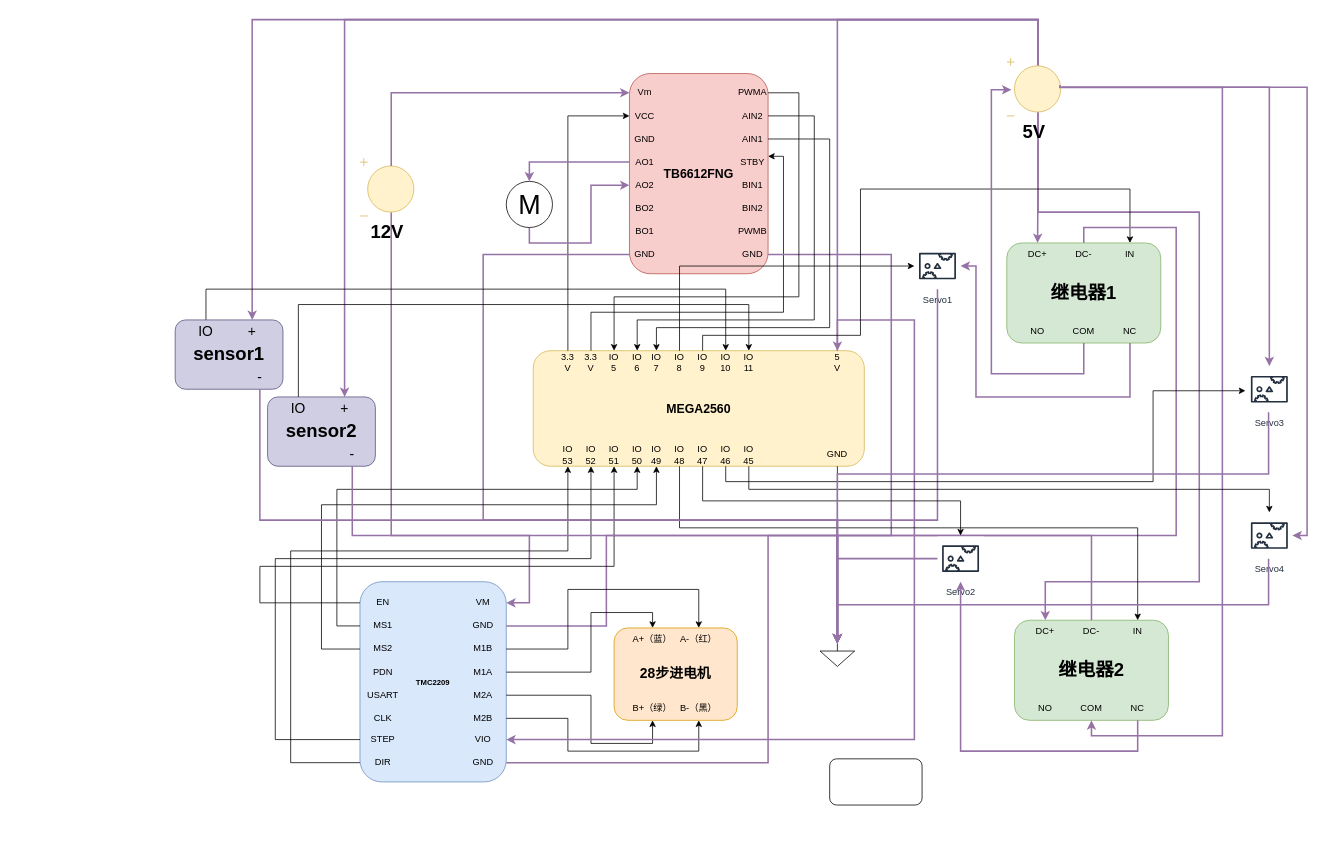
Above: 电路图出纸.drawio in xinlanzi/Induisal-design (draw.io), before the change. Source tidied: cells renumbered, new cells numbered last; positions are measured from the earlier drawing's top-left corner, leaving out a move shared by most shapes. Both pictures are drawn from the tidied source at 77%, with x=0, y=0 at pixel (175, 19).
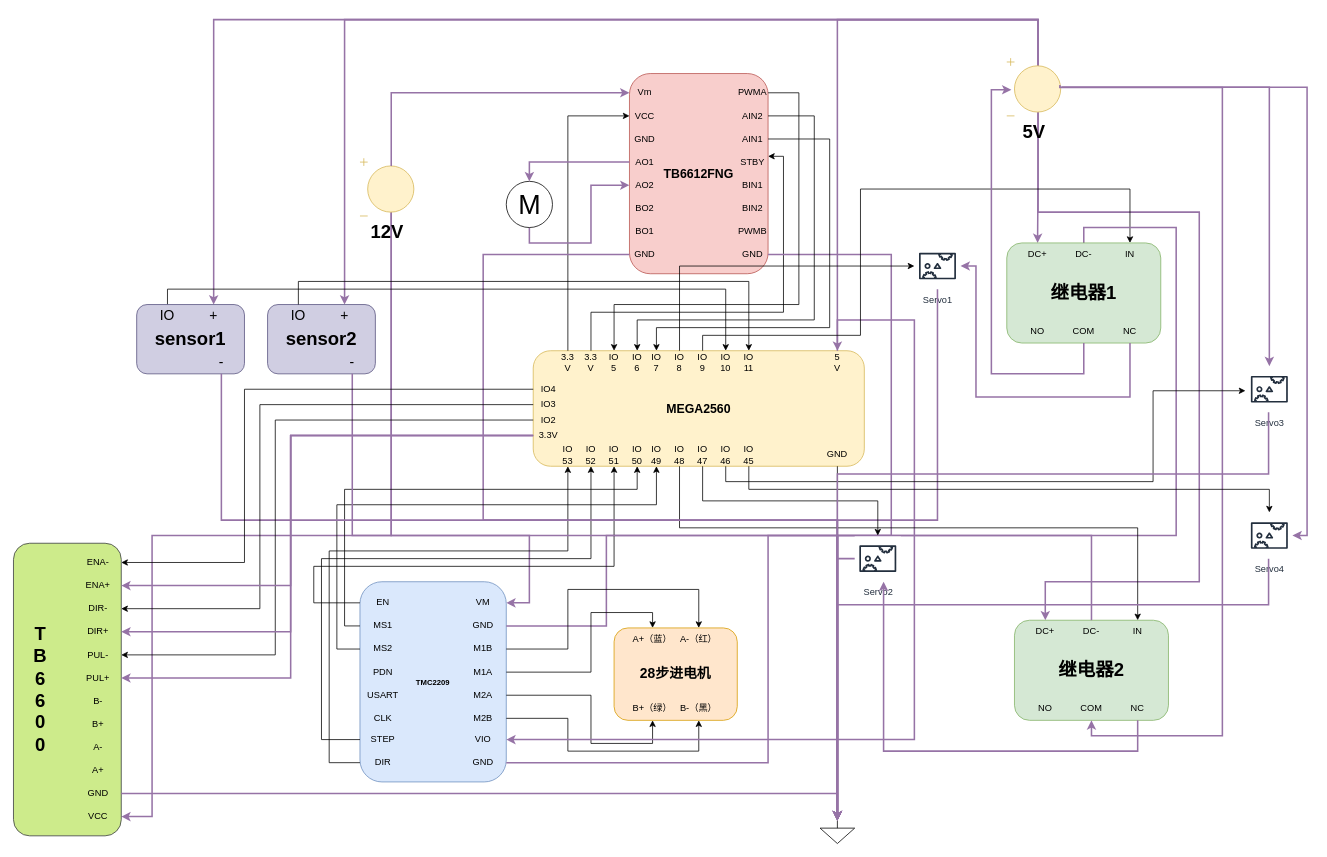
After the change.

Commit message:
更新电路图出纸.drawio

The change refers to these unchanged cells:
```xml
<mxCell id="3" value="&lt;font style=&quot;font-size: 24px;&quot;&gt;&lt;b&gt;12V&lt;/b&gt;&lt;/font&gt;" style="verticalLabelPosition=bottom;shadow=0;dashed=0;align=center;html=1;verticalAlign=top;shape=mxgraph.electrical.signal_sources.dc_source_1;fillColor=#fff2cc;strokeColor=#d6b656;rotation=0;" parent="1" vertex="1">
  <mxGeometry x="240" y="180" width="70" height="75" as="geometry" />
</mxCell>
<mxCell id="15" value="PWMA" style="text;html=1;whiteSpace=wrap;strokeColor=none;fillColor=none;align=center;verticalAlign=middle;rounded=0;" parent="5" vertex="1">
  <mxGeometry x="140" y="10" width="40" height="30" as="geometry" />
</mxCell>
<mxCell id="23" style="group;" parent="1" vertex="1">
  <mxGeometry x="465" y="430" width="430" height="150" as="geometry" />
</mxCell>
<mxCell id="27" value="IO&lt;div&gt;5&lt;/div&gt;" style="text;html=1;whiteSpace=wrap;strokeColor=none;fillColor=none;align=center;verticalAlign=middle;rounded=0;" parent="23" vertex="1">
  <mxGeometry x="90" width="30" height="30" as="geometry" />
</mxCell>
<mxCell id="33" value="IO&lt;div&gt;53&lt;/div&gt;" style="text;html=1;whiteSpace=wrap;strokeColor=none;fillColor=none;align=center;verticalAlign=middle;rounded=0;" parent="23" vertex="1">
  <mxGeometry x="30" y="120" width="30" height="30" as="geometry" />
</mxCell>
<mxCell id="34" value="IO&lt;div&gt;52&lt;/div&gt;" style="text;html=1;whiteSpace=wrap;strokeColor=none;fillColor=none;align=center;verticalAlign=middle;rounded=0;" parent="23" vertex="1">
  <mxGeometry x="60" y="120" width="30" height="30" as="geometry" />
</mxCell>
<mxCell id="35" value="IO&lt;div&gt;51&lt;/div&gt;" style="text;html=1;whiteSpace=wrap;strokeColor=none;fillColor=none;align=center;verticalAlign=middle;rounded=0;" parent="23" vertex="1">
  <mxGeometry x="90" y="120" width="30" height="30" as="geometry" />
</mxCell>
<mxCell id="36" value="IO&lt;div&gt;50&lt;/div&gt;" style="text;html=1;whiteSpace=wrap;strokeColor=none;fillColor=none;align=center;verticalAlign=middle;rounded=0;" parent="23" vertex="1">
  <mxGeometry x="120" y="120" width="30" height="30" as="geometry" />
</mxCell>
<mxCell id="37" value="IO&lt;div&gt;49&lt;/div&gt;" style="text;html=1;whiteSpace=wrap;strokeColor=none;fillColor=none;align=center;verticalAlign=middle;rounded=0;" parent="23" vertex="1">
  <mxGeometry x="145" y="120" width="30" height="30" as="geometry" />
</mxCell>
<mxCell id="43" value="IO&lt;div&gt;10&lt;/div&gt;" style="text;html=1;whiteSpace=wrap;strokeColor=none;fillColor=none;align=center;verticalAlign=middle;rounded=0;" parent="23" vertex="1">
  <mxGeometry x="235" width="30" height="30" as="geometry" />
</mxCell>
<mxCell id="44" value="IO&lt;div&gt;11&lt;/div&gt;" style="text;html=1;whiteSpace=wrap;strokeColor=none;fillColor=none;align=center;verticalAlign=middle;rounded=0;" parent="23" vertex="1">
  <mxGeometry x="265" width="30" height="30" as="geometry" />
</mxCell>
<mxCell id="61" value="EN" style="text;html=1;whiteSpace=wrap;strokeColor=none;fillColor=none;align=center;verticalAlign=middle;rounded=0;" parent="59" vertex="1">
  <mxGeometry y="12.4" width="60" height="30" as="geometry" />
</mxCell>
<mxCell id="62" value="MS1" style="text;html=1;whiteSpace=wrap;strokeColor=none;fillColor=none;align=center;verticalAlign=middle;rounded=0;" parent="59" vertex="1">
  <mxGeometry y="42.4" width="60" height="30" as="geometry" />
</mxCell>
<mxCell id="63" value="MS2" style="text;html=1;whiteSpace=wrap;strokeColor=none;fillColor=none;align=center;verticalAlign=middle;rounded=0;" parent="59" vertex="1">
  <mxGeometry y="72.4" width="60" height="30" as="geometry" />
</mxCell>
<mxCell id="67" value="STEP" style="text;html=1;whiteSpace=wrap;strokeColor=none;fillColor=none;align=center;verticalAlign=middle;rounded=0;" parent="59" vertex="1">
  <mxGeometry y="190" width="60" height="30" as="geometry" />
</mxCell>
<mxCell id="68" value="DIR" style="text;html=1;whiteSpace=wrap;strokeColor=none;fillColor=none;align=center;verticalAlign=middle;rounded=0;" parent="59" vertex="1">
  <mxGeometry y="220" width="60" height="30" as="geometry" />
</mxCell>
<mxCell id="99" value="&lt;font style=&quot;font-size: 24px;&quot;&gt;&lt;b&gt;5V&lt;/b&gt;&lt;/font&gt;" style="verticalLabelPosition=bottom;shadow=0;dashed=0;align=center;html=1;verticalAlign=top;shape=mxgraph.electrical.signal_sources.dc_source_1;fillColor=#fff2cc;strokeColor=#d6b656;rotation=0;" parent="1" vertex="1">
  <mxGeometry x="1080" y="50" width="70" height="75" as="geometry" />
</mxCell>
<mxCell id="123" value="NC" style="text;html=1;whiteSpace=wrap;strokeColor=none;fillColor=none;align=center;verticalAlign=middle;rounded=0;" parent="116" vertex="1">
  <mxGeometry x="130" y="100" width="60" height="30" as="geometry" />
</mxCell>
<mxCell id="141" value="&lt;span style=&quot;font-size: 18px;&quot;&gt;IO&lt;/span&gt;" style="text;html=1;whiteSpace=wrap;strokeColor=none;fillColor=none;align=center;verticalAlign=middle;rounded=0;" parent="137" vertex="1">
  <mxGeometry x="10" width="60" height="30" as="geometry" />
</mxCell>
<mxCell id="145" value="&lt;font style=&quot;font-size: 18px;&quot;&gt;+&lt;/font&gt;" style="text;html=1;whiteSpace=wrap;strokeColor=none;fillColor=none;align=center;verticalAlign=middle;rounded=0;" parent="143" vertex="1">
  <mxGeometry x="70" width="60" height="30" as="geometry" />
</mxCell>
<mxCell id="146" value="&lt;font style=&quot;font-size: 18px;&quot;&gt;-&lt;/font&gt;" style="text;html=1;whiteSpace=wrap;strokeColor=none;fillColor=none;align=center;verticalAlign=middle;rounded=0;" parent="143" vertex="1">
  <mxGeometry x="80" y="60" width="60" height="30" as="geometry" />
</mxCell>
<mxCell id="147" value="&lt;span style=&quot;font-size: 18px;&quot;&gt;IO&lt;/span&gt;" style="text;html=1;whiteSpace=wrap;strokeColor=none;fillColor=none;align=center;verticalAlign=middle;rounded=0;" parent="143" vertex="1">
  <mxGeometry x="10" width="60" height="30" as="geometry" />
</mxCell>
```

What changed in the source:
```diff
@@
+    <mxCell id="152" style="edgeStyle=orthogonalEdgeStyle;rounded=0;jettySize=auto;html=1;exitX=0.58;exitY=0.135;exitDx=0;exitDy=0;exitPerimeter=0;entryX=1;entryY=0.5;entryDx=0;entryDy=0;fillColor=#e1d5e7;strokeColor=#9673a6;strokeWidth=2;" parent="1" edge="1" source="3" target="171">
+      <mxGeometry relative="1" as="geometry">
+        <Array as="points">
+          <mxPoint x="281" y="670" />
+          <mxPoint x="-30" y="670" />
+          <mxPoint x="-30" y="1035" />
+        </Array>
+      </mxGeometry>
+    </mxCell>
@@
+    <mxCell id="153" value="3.3&lt;span style=&quot;background-color: transparent; color: light-dark(rgb(0, 0, 0), rgb(255, 255, 255));&quot;&gt;V&lt;/span&gt;" style="text;html=1;whiteSpace=wrap;strokeColor=none;fillColor=none;align=center;verticalAlign=middle;rounded=0;" parent="23" vertex="1">
+      <mxGeometry y="100" width="40" height="20" as="geometry" />
+    </mxCell>
+    <mxCell id="154" value="IO2" style="text;html=1;whiteSpace=wrap;strokeColor=none;fillColor=none;align=center;verticalAlign=middle;rounded=0;" parent="23" vertex="1">
+      <mxGeometry y="80" width="40" height="20" as="geometry" />
+    </mxCell>
+    <mxCell id="155" value="IO3" style="text;html=1;whiteSpace=wrap;strokeColor=none;fillColor=none;align=center;verticalAlign=middle;rounded=0;" parent="23" vertex="1">
+      <mxGeometry y="60" width="40" height="20" as="geometry" />
+    </mxCell>
+    <mxCell id="156" value="IO4" style="text;html=1;whiteSpace=wrap;strokeColor=none;fillColor=none;align=center;verticalAlign=middle;rounded=0;" parent="23" vertex="1">
+      <mxGeometry y="40" width="40" height="20" as="geometry" />
+    </mxCell>
@@
     <mxCell id="51" style="verticalLabelPosition=bottom;shadow=0;dashed=0;align=center;html=1;verticalAlign=top;shape=mxgraph.electrical.signal_sources.signal_ground;" parent="1" vertex="1">
-      <mxGeometry x="837.5" y="810" width="45" height="30" as="geometry" />
+      <mxGeometry x="837.5" y="1040" width="45" height="30" as="geometry" />
     </mxCell>
@@
     <mxCell id="55" style="edgeStyle=orthogonalEdgeStyle;rounded=0;jettySize=auto;html=1;exitX=1;exitY=0.5;exitDx=0;exitDy=0;entryX=0.5;entryY=0;entryDx=0;entryDy=0;" parent="1" edge="1" source="15" target="27">
       <mxGeometry relative="1" as="geometry">
         <Array as="points">
           <mxPoint x="810" y="95" />
-          <mxPoint x="810" y="360" />
-          <mxPoint x="570" y="360" />
+          <mxPoint x="810" y="370" />
+          <mxPoint x="570" y="370" />
         </Array>
       </mxGeometry>
     </mxCell>
@@
     <mxCell id="85" style="edgeStyle=orthogonalEdgeStyle;rounded=0;jettySize=auto;html=1;exitX=0;exitY=0.5;exitDx=0;exitDy=0;entryX=0.5;entryY=1;entryDx=0;entryDy=0;" parent="1" edge="1" source="68" target="33">
       <mxGeometry relative="1" as="geometry">
         <Array as="points">
-          <mxPoint x="150" y="965" />
-          <mxPoint x="150" y="690" />
+          <mxPoint x="200" y="965" />
+          <mxPoint x="200" y="690" />
           <mxPoint x="510" y="690" />
         </Array>
       </mxGeometry>
     </mxCell>
     <mxCell id="86" style="edgeStyle=orthogonalEdgeStyle;rounded=0;jettySize=auto;html=1;exitX=0;exitY=0.5;exitDx=0;exitDy=0;entryX=0.5;entryY=1;entryDx=0;entryDy=0;" parent="1" edge="1" source="67" target="34">
       <mxGeometry relative="1" as="geometry">
         <Array as="points">
-          <mxPoint x="130" y="935" />
-          <mxPoint x="130" y="700" />
+          <mxPoint x="190" y="935" />
+          <mxPoint x="190" y="700" />
           <mxPoint x="540" y="700" />
         </Array>
       </mxGeometry>
     </mxCell>
     <mxCell id="87" style="edgeStyle=orthogonalEdgeStyle;rounded=0;jettySize=auto;html=1;exitX=0;exitY=0.5;exitDx=0;exitDy=0;entryX=0.5;entryY=1;entryDx=0;entryDy=0;" parent="1" edge="1" source="61" target="35">
       <mxGeometry relative="1" as="geometry">
         <Array as="points">
-          <mxPoint x="110" y="757" />
-          <mxPoint x="110" y="710" />
+          <mxPoint x="180" y="757" />
+          <mxPoint x="180" y="710" />
           <mxPoint x="570" y="710" />
         </Array>
       </mxGeometry>
     </mxCell>
     <mxCell id="88" style="edgeStyle=orthogonalEdgeStyle;rounded=0;jettySize=auto;html=1;exitX=0;exitY=0.5;exitDx=0;exitDy=0;entryX=0.5;entryY=1;entryDx=0;entryDy=0;" parent="1" edge="1" source="62" target="36">
       <mxGeometry relative="1" as="geometry">
         <Array as="points">
-          <mxPoint x="210" y="787" />
-          <mxPoint x="210" y="610" />
+          <mxPoint x="220" y="787" />
+          <mxPoint x="220" y="610" />
           <mxPoint x="600" y="610" />
         </Array>
       </mxGeometry>
     </mxCell>
     <mxCell id="89" style="edgeStyle=orthogonalEdgeStyle;rounded=0;jettySize=auto;html=1;exitX=0;exitY=0.5;exitDx=0;exitDy=0;entryX=0.5;entryY=1;entryDx=0;entryDy=0;" parent="1" edge="1" source="63" target="37">
       <mxGeometry relative="1" as="geometry">
         <Array as="points">
-          <mxPoint x="190" y="817" />
-          <mxPoint x="190" y="630" />
+          <mxPoint x="210" y="817" />
+          <mxPoint x="210" y="630" />
           <mxPoint x="625" y="630" />
         </Array>
       </mxGeometry>
     </mxCell>
@@
     <mxCell id="97" style="edgeStyle=orthogonalEdgeStyle;rounded=0;jettySize=auto;html=1;exitX=0.58;exitY=0.135;exitDx=0;exitDy=0;exitPerimeter=0;entryX=0.5;entryY=0;entryDx=0;entryDy=0;fillColor=#e1d5e7;strokeColor=#9673a6;strokeWidth=2;" parent="1" edge="1" source="99" target="145">
       <mxGeometry relative="1" as="geometry">
         <Array as="points">
           <mxPoint x="1121" />
-          <mxPoint x="100" />
+          <mxPoint x="50" />
         </Array>
       </mxGeometry>
     </mxCell>
@@
     <mxCell id="113" value="Servo2" style="sketch=0;outlineConnect=0;fontColor=#232F3E;gradientColor=none;strokeColor=#232F3E;fillColor=#ffffff;dashed=0;verticalLabelPosition=bottom;verticalAlign=top;align=center;html=1;fontSize=12;fontStyle=0;shape=mxgraph.aws4.resourceIcon;resIcon=mxgraph.aws4.servo;" parent="1" vertex="1">
-      <mxGeometry x="990" y="670" width="60" height="60" as="geometry" />
+      <mxGeometry x="882.5" y="670" width="60" height="60" as="geometry" />
     </mxCell>
@@
     <mxCell id="115" style="edgeStyle=orthogonalEdgeStyle;rounded=0;jettySize=auto;html=1;entryX=0.5;entryY=0;entryDx=0;entryDy=0;entryPerimeter=0;fillColor=#e1d5e7;strokeColor=#9673a6;strokeWidth=2;" parent="1" edge="1" source="113" target="51">
-      <mxGeometry relative="1" as="geometry" />
+      <mxGeometry relative="1" as="geometry">
+        <Array as="points">
+          <mxPoint x="860" y="700" />
+        </Array>
+      </mxGeometry>
     </mxCell>
@@
     <mxCell id="127" style="edgeStyle=orthogonalEdgeStyle;rounded=0;jettySize=auto;html=1;exitX=0.5;exitY=1;exitDx=0;exitDy=0;fillColor=#e1d5e7;strokeColor=#9673a6;strokeWidth=2;" parent="1" edge="1" source="123" target="113">
       <mxGeometry relative="1" as="geometry">
         <Array as="points">
           <mxPoint x="1250" y="950" />
-          <mxPoint x="1020" y="950" />
+          <mxPoint x="920" y="950" />
         </Array>
       </mxGeometry>
     </mxCell>
@@
     <mxCell id="137" style="group;" parent="1" vertex="1">
-      <mxGeometry x="120" y="490" width="140" height="90" as="geometry" />
+      <mxGeometry x="120" y="370" width="140" height="90" as="geometry" />
     </mxCell>
@@
     <mxCell id="142" style="edgeStyle=orthogonalEdgeStyle;rounded=0;jettySize=auto;html=1;exitX=0.5;exitY=0;exitDx=0;exitDy=0;entryX=0.5;entryY=0;entryDx=0;entryDy=0;" parent="1" edge="1" source="147" target="43">
       <mxGeometry relative="1" as="geometry">
         <Array as="points">
+          <mxPoint x="-10" y="350" />
           <mxPoint x="715" y="350" />
         </Array>
       </mxGeometry>
     </mxCell>
     <mxCell id="143" style="group;" parent="1" vertex="1">
-      <mxGeometry y="390" width="140" height="90" as="geometry" />
+      <mxGeometry x="-50" y="370" width="140" height="90" as="geometry" />
     </mxCell>
@@
     <mxCell id="148" style="edgeStyle=orthogonalEdgeStyle;rounded=0;jettySize=auto;html=1;exitX=0.5;exitY=0;exitDx=0;exitDy=0;entryX=0.5;entryY=0;entryDx=0;entryDy=0;" parent="1" edge="1" source="141" target="44">
       <mxGeometry relative="1" as="geometry">
         <Array as="points">
-          <mxPoint x="160" y="370" />
-          <mxPoint x="745" y="370" />
+          <mxPoint x="160" y="340" />
+          <mxPoint x="745" y="340" />
         </Array>
       </mxGeometry>
     </mxCell>
@@
     <mxCell id="150" style="edgeStyle=orthogonalEdgeStyle;rounded=0;jettySize=auto;html=1;exitX=0.5;exitY=1;exitDx=0;exitDy=0;entryX=0.5;entryY=0;entryDx=0;entryDy=0;entryPerimeter=0;fillColor=#e1d5e7;strokeColor=#9673a6;strokeWidth=2;" parent="1" edge="1" source="146" target="51">
       <mxGeometry relative="1" as="geometry">
         <Array as="points">
-          <mxPoint x="110" y="650" />
+          <mxPoint x="60" y="650" />
           <mxPoint x="860" y="650" />
         </Array>
       </mxGeometry>
     </mxCell>
-    <mxCell id="151" style="rounded=1;whiteSpace=wrap;html=1;" parent="1" vertex="1">
-      <mxGeometry x="850" y="960" width="120" height="60" as="geometry" />
-    </mxCell>
+    <mxCell id="157" style="group;" parent="1" vertex="1">
+      <mxGeometry x="-210" y="680" width="140" height="380" as="geometry" />
+    </mxCell>
+    <mxCell id="158" style="rounded=1;whiteSpace=wrap;html=1;fillColor=#cdeb8b;strokeColor=#36393d;" parent="157" vertex="1">
+      <mxGeometry width="140" height="380" as="geometry" />
+    </mxCell>
+    <mxCell id="159" value="&lt;b style=&quot;font-size: 24px;&quot;&gt;T&lt;/b&gt;&lt;div&gt;&lt;b style=&quot;font-size: 24px;&quot;&gt;B&lt;/b&gt;&lt;/div&gt;&lt;div&gt;&lt;b style=&quot;font-size: 24px;&quot;&gt;6&lt;/b&gt;&lt;/div&gt;&lt;div&gt;&lt;b style=&quot;font-size: 24px;&quot;&gt;6&lt;/b&gt;&lt;/div&gt;&lt;div&gt;&lt;b style=&quot;font-size: 24px;&quot;&gt;0&lt;/b&gt;&lt;/div&gt;&lt;div&gt;&lt;b style=&quot;font-size: 24px;&quot;&gt;0&lt;/b&gt;&lt;/div&gt;" style="text;html=1;whiteSpace=wrap;strokeColor=none;fillColor=none;align=center;verticalAlign=middle;rounded=0;" parent="157" vertex="1">
+      <mxGeometry y="55" width="70" height="270" as="geometry" />
+    </mxCell>
+    <mxCell id="160" value="ENA-" style="text;html=1;whiteSpace=wrap;strokeColor=none;fillColor=none;align=center;verticalAlign=middle;rounded=0;" parent="157" vertex="1">
+      <mxGeometry x="80" y="10" width="60" height="30" as="geometry" />
+    </mxCell>
+    <mxCell id="161" value="ENA+" style="text;html=1;whiteSpace=wrap;strokeColor=none;fillColor=none;align=center;verticalAlign=middle;rounded=0;" parent="157" vertex="1">
+      <mxGeometry x="80" y="40" width="60" height="30" as="geometry" />
+    </mxCell>
+    <mxCell id="162" value="DIR-" style="text;html=1;whiteSpace=wrap;strokeColor=none;fillColor=none;align=center;verticalAlign=middle;rounded=0;" parent="157" vertex="1">
+      <mxGeometry x="80" y="70" width="60" height="30" as="geometry" />
+    </mxCell>
+    <mxCell id="163" value="DIR+" style="text;html=1;whiteSpace=wrap;strokeColor=none;fillColor=none;align=center;verticalAlign=middle;rounded=0;" parent="157" vertex="1">
+      <mxGeometry x="80" y="100" width="60" height="30" as="geometry" />
+    </mxCell>
+    <mxCell id="164" value="PUL-" style="text;html=1;whiteSpace=wrap;strokeColor=none;fillColor=none;align=center;verticalAlign=middle;rounded=0;" parent="157" vertex="1">
+      <mxGeometry x="80" y="130" width="60" height="30" as="geometry" />
+    </mxCell>
+    <mxCell id="165" value="PUL+" style="text;html=1;whiteSpace=wrap;strokeColor=none;fillColor=none;align=center;verticalAlign=middle;rounded=0;" parent="157" vertex="1">
+      <mxGeometry x="80" y="160" width="60" height="30" as="geometry" />
+    </mxCell>
+    <mxCell id="166" value="B-" style="text;html=1;whiteSpace=wrap;strokeColor=none;fillColor=none;align=center;verticalAlign=middle;rounded=0;" parent="157" vertex="1">
+      <mxGeometry x="80" y="190" width="60" height="30" as="geometry" />
+    </mxCell>
+    <mxCell id="167" value="B+" style="text;html=1;whiteSpace=wrap;strokeColor=none;fillColor=none;align=center;verticalAlign=middle;rounded=0;" parent="157" vertex="1">
+      <mxGeometry x="80" y="220" width="60" height="30" as="geometry" />
+    </mxCell>
+    <mxCell id="168" value="A-" style="text;html=1;whiteSpace=wrap;strokeColor=none;fillColor=none;align=center;verticalAlign=middle;rounded=0;" parent="157" vertex="1">
+      <mxGeometry x="80" y="250" width="60" height="30" as="geometry" />
+    </mxCell>
+    <mxCell id="169" value="A+" style="text;html=1;whiteSpace=wrap;strokeColor=none;fillColor=none;align=center;verticalAlign=middle;rounded=0;" parent="157" vertex="1">
+      <mxGeometry x="80" y="280" width="60" height="30" as="geometry" />
+    </mxCell>
+    <mxCell id="170" value="GND" style="text;html=1;whiteSpace=wrap;strokeColor=none;fillColor=none;align=center;verticalAlign=middle;rounded=0;" parent="157" vertex="1">
+      <mxGeometry x="80" y="310" width="60" height="30" as="geometry" />
+    </mxCell>
+    <mxCell id="171" value="VCC" style="text;html=1;whiteSpace=wrap;strokeColor=none;fillColor=none;align=center;verticalAlign=middle;rounded=0;" parent="157" vertex="1">
+      <mxGeometry x="80" y="340" width="60" height="30" as="geometry" />
+    </mxCell>
+    <mxCell id="172" style="edgeStyle=orthogonalEdgeStyle;rounded=0;jettySize=auto;html=1;exitX=1;exitY=0.5;exitDx=0;exitDy=0;entryX=0.5;entryY=0;entryDx=0;entryDy=0;entryPerimeter=0;fillColor=#e1d5e7;strokeColor=#9673a6;strokeWidth=2;" parent="1" edge="1" source="170" target="51">
+      <mxGeometry relative="1" as="geometry" />
+    </mxCell>
+    <mxCell id="173" style="edgeStyle=orthogonalEdgeStyle;rounded=0;jettySize=auto;html=1;exitX=0;exitY=0.5;exitDx=0;exitDy=0;entryX=1;entryY=0.5;entryDx=0;entryDy=0;fillColor=#e1d5e7;strokeColor=#9673a6;strokeWidth=2;" parent="1" edge="1" source="153" target="165">
+      <mxGeometry relative="1" as="geometry">
+        <Array as="points">
+          <mxPoint x="150" y="540" />
+          <mxPoint x="150" y="855" />
+        </Array>
+      </mxGeometry>
+    </mxCell>
+    <mxCell id="174" style="edgeStyle=orthogonalEdgeStyle;rounded=0;jettySize=auto;html=1;exitX=0;exitY=0.5;exitDx=0;exitDy=0;entryX=1;entryY=0.5;entryDx=0;entryDy=0;" parent="1" edge="1" source="154" target="164">
+      <mxGeometry relative="1" as="geometry">
+        <Array as="points">
+          <mxPoint x="130" y="520" />
+          <mxPoint x="130" y="825" />
+        </Array>
+      </mxGeometry>
+    </mxCell>
+    <mxCell id="175" style="edgeStyle=orthogonalEdgeStyle;rounded=0;jettySize=auto;html=1;exitX=0;exitY=0.5;exitDx=0;exitDy=0;entryX=1;entryY=0.5;entryDx=0;entryDy=0;" parent="1" edge="1" source="155" target="162">
+      <mxGeometry relative="1" as="geometry">
+        <Array as="points">
+          <mxPoint x="110" y="500" />
+          <mxPoint x="110" y="765" />
+        </Array>
+      </mxGeometry>
+    </mxCell>
+    <mxCell id="176" style="edgeStyle=orthogonalEdgeStyle;rounded=0;jettySize=auto;html=1;entryX=1;entryY=0.5;entryDx=0;entryDy=0;fillColor=#e1d5e7;strokeColor=#9673a6;strokeWidth=2;" parent="1" edge="1" source="153" target="163">
+      <mxGeometry relative="1" as="geometry">
+        <Array as="points">
+          <mxPoint x="150" y="540" />
+          <mxPoint x="150" y="795" />
+        </Array>
+      </mxGeometry>
+    </mxCell>
+    <mxCell id="177" style="edgeStyle=orthogonalEdgeStyle;rounded=0;jettySize=auto;html=1;exitX=0;exitY=0.5;exitDx=0;exitDy=0;entryX=1;entryY=0.5;entryDx=0;entryDy=0;" parent="1" edge="1" source="156" target="160">
+      <mxGeometry relative="1" as="geometry">
+        <Array as="points">
+          <mxPoint x="90" y="480" />
+          <mxPoint x="90" y="705" />
+        </Array>
+      </mxGeometry>
+    </mxCell>
+    <mxCell id="178" style="edgeStyle=orthogonalEdgeStyle;rounded=0;jettySize=auto;html=1;exitX=0;exitY=0.5;exitDx=0;exitDy=0;entryX=1;entryY=0.5;entryDx=0;entryDy=0;fillColor=#e1d5e7;strokeColor=#9673a6;strokeWidth=2;" parent="1" edge="1" source="153" target="161">
+      <mxGeometry relative="1" as="geometry">
+        <Array as="points">
+          <mxPoint x="150" y="540" />
+          <mxPoint x="150" y="735" />
+        </Array>
+      </mxGeometry>
+    </mxCell>
```
